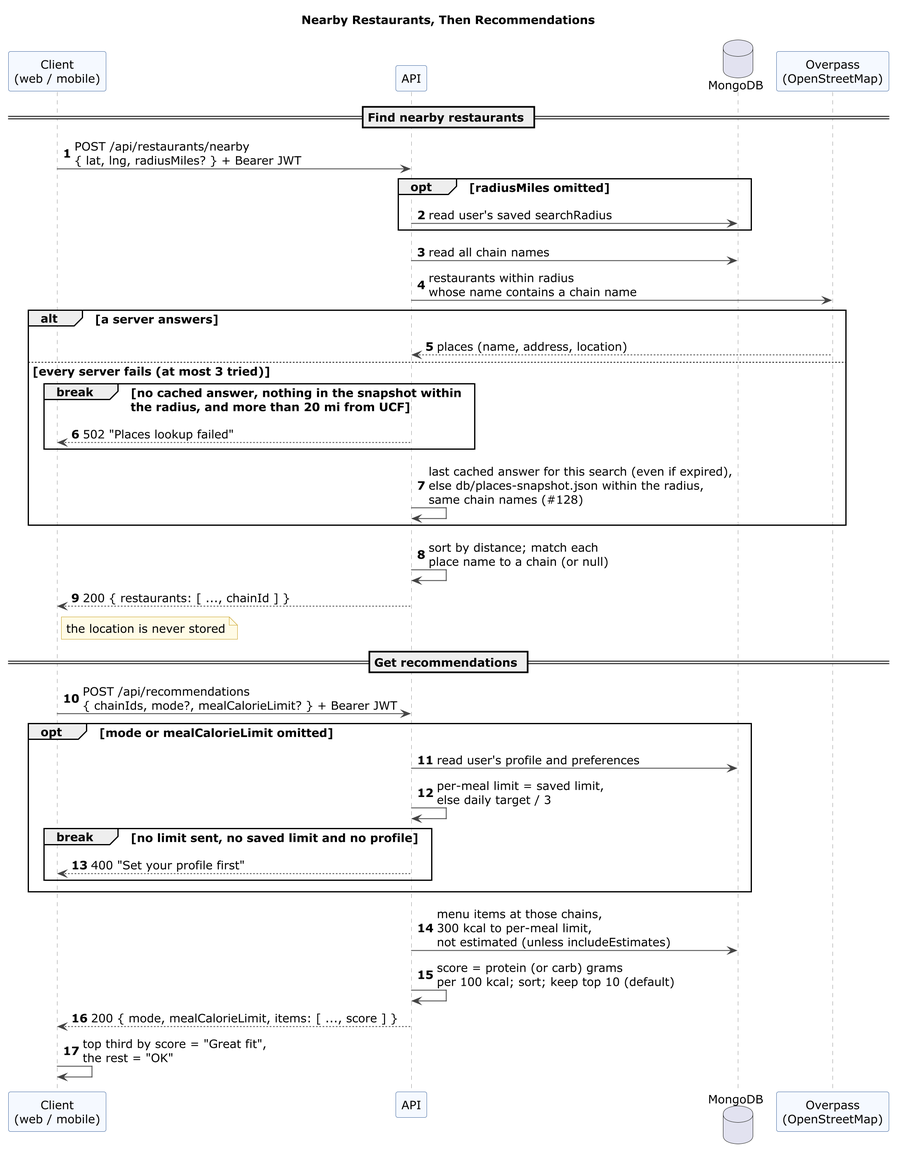
The PlantUML diagram docs/diagrams/sequence-recommendations.png in polter-dev/POOSD_large_proj, before a commit. Its diagram source:
```plantuml
@startuml sequence-recommendations

skinparam defaultFontName Verdana
scale 2
skinparam defaultFontSize 14
skinparam shadowing false
skinparam ArrowColor #444444
skinparam sequenceLifeLineBorderColor #999999
skinparam sequenceParticipantBackgroundColor #F5F9FF
skinparam sequenceParticipantBorderColor #4A6FA5
skinparam noteBackgroundColor #FFFBE6
skinparam noteBorderColor #C9A227
autonumber

title Nearby Restaurants, Then Recommendations

participant "Client\n(web / mobile)" as Client
participant API
database MongoDB
participant "Overpass\n(OpenStreetMap)" as Overpass

== Find nearby restaurants ==
Client -> API : POST /api/restaurants/nearby\n{ lat, lng, radiusMiles? } + Bearer JWT
opt radiusMiles omitted
  API -> MongoDB : read user's saved searchRadius
end
API -> MongoDB : read all chain names
API -> Overpass : restaurants within radius\nwhose name contains a chain name
alt a server answers
  Overpass --> API : places (name, address, location)
else every server fails (at most 3 tried)
  break no cached answer, nothing in the snapshot within\nthe radius, and more than 20 mi from UCF
    API --> Client : 502 "Places lookup failed"
  end
  API -> API : last cached answer for this search (even if expired),\nelse db/places-snapshot.json within the radius,\nsame chain names (#128)
end
API -> API : sort by distance; match each\nplace name to a chain (or null)
API --> Client : 200 { restaurants: [ ..., chainId ] }
note right of Client : the location is never stored

== Get recommendations ==
Client -> API : POST /api/recommendations\n{ chainIds, mode?, mealCalorieLimit? } + Bearer JWT
opt mode or mealCalorieLimit omitted
  API -> MongoDB : read user's profile and preferences
  API -> API : per-meal limit = saved limit,\nelse daily target / 3
  break no limit sent, no saved limit and no profile
    API --> Client : 400 "Set your profile first"
  end
end
API -> MongoDB : menu items at those chains,\n300 kcal to per-meal limit,\nnot estimated (unless includeEstimates)
API -> API : score = protein (or carb) grams\nper 100 kcal; sort; keep top 10 (default)
API --> Client : 200 { mode, mealCalorieLimit, items: [ ..., score ] }
Client -> Client : top third by score = "Great fit",\nthe rest = "OK"

@enduml
```
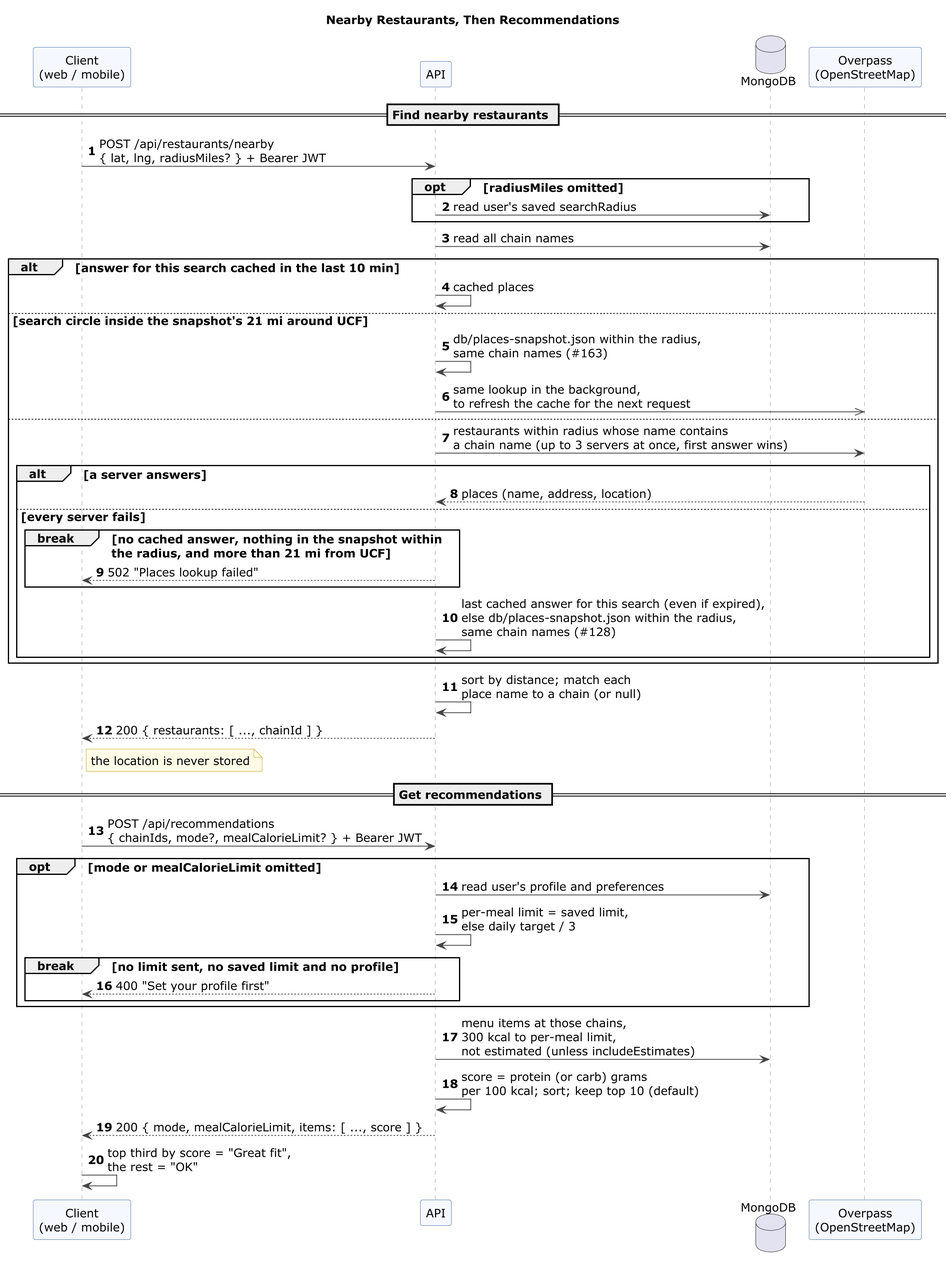
After the change.

Commit message:
Re-render the recommendations sequence diagram

What changed in the source:
```diff
@@ -25,14 +25,21 @@
   API -> MongoDB : read user's saved searchRadius
 end
 API -> MongoDB : read all chain names
-API -> Overpass : restaurants within radius\nwhose name contains a chain name
-alt a server answers
-  Overpass --> API : places (name, address, location)
-else every server fails (at most 3 tried)
-  break no cached answer, nothing in the snapshot within\nthe radius, and more than 20 mi from UCF
-    API --> Client : 502 "Places lookup failed"
+alt answer for this search cached in the last 10 min
+  API -> API : cached places
+else search circle inside the snapshot's 21 mi around UCF
+  API -> API : db/places-snapshot.json within the radius,\nsame chain names (#163)
+  API ->> Overpass : same lookup in the background,\nto refresh the cache for the next request
+else
+  API -> Overpass : restaurants within radius whose name contains\na chain name (up to 3 servers at once, first answer wins)
+  alt a server answers
+    Overpass --> API : places (name, address, location)
+  else every server fails
+    break no cached answer, nothing in the snapshot within\nthe radius, and more than 21 mi from UCF
+      API --> Client : 502 "Places lookup failed"
+    end
+    API -> API : last cached answer for this search (even if expired),\nelse db/places-snapshot.json within the radius,\nsame chain names (#128)
   end
-  API -> API : last cached answer for this search (even if expired),\nelse db/places-snapshot.json within the radius,\nsame chain names (#128)
 end
 API -> API : sort by distance; match each\nplace name to a chain (or null)
 API --> Client : 200 { restaurants: [ ..., chainId ] }
```
